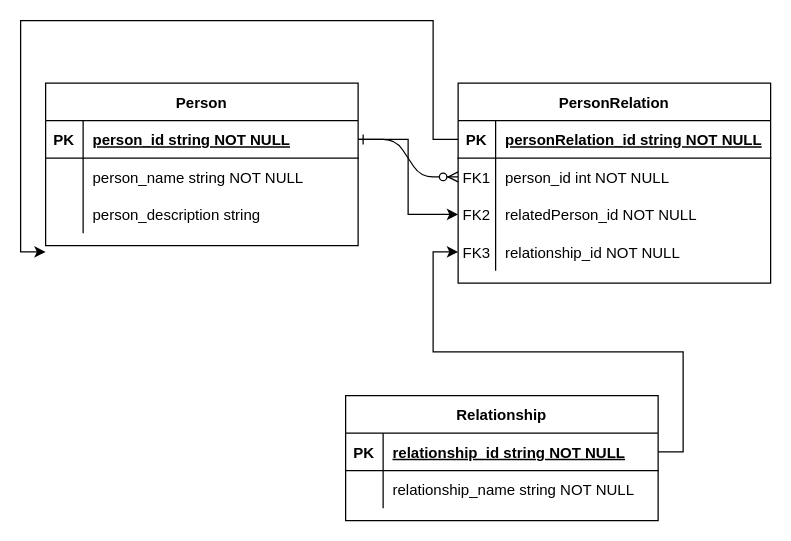
emiletremblay01/components-peripherie2 keeps this draw.io diagram as NamesRememberer_relation.drawio. Above is the earlier version. Source tidied: cells renumbered, new cells numbered last; positions are measured from the earlier drawing's top-left corner, leaving out a move shared by most shapes. Both pictures are drawn from the tidied source at 125%, with x=0, y=0 at pixel (20, 20).
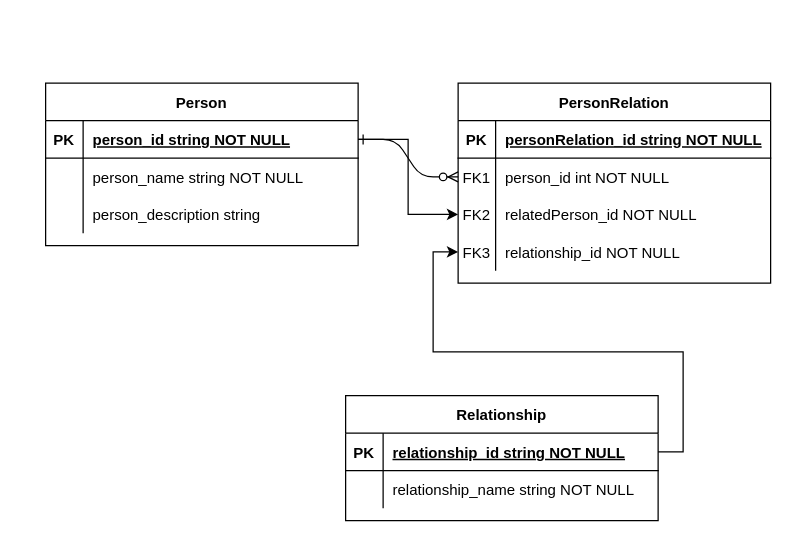
The same diagram, later.

Commit message:
update: rel table

Unchanged cells that the change refers to:
```xml
<mxCell id="4" style="shape=partialRectangle;fillColor=none;points=[[0,0.5],[1,0.5]];portConstraint=eastwest;top=0;left=0;right=0;bottom=1;" parent="3" vertex="1">
  <mxGeometry y="30" width="250" height="30" as="geometry" />
</mxCell>
```

Diff of the diagram source:
```diff
@@
-    <mxCell id="33" style="edgeStyle=orthogonalEdgeStyle;rounded=0;jettySize=auto;html=1;entryX=0;entryY=0.5;entryDx=0;entryDy=0;" parent="1" edge="1" source="4">
-      <mxGeometry relative="1" as="geometry">
-        <mxPoint x="20" y="185" as="targetPoint" />
-        <Array as="points">
-          <mxPoint x="330" y="95" />
-          <mxPoint x="330" />
-          <mxPoint />
-          <mxPoint y="185" />
-        </Array>
-      </mxGeometry>
-    </mxCell>
```
